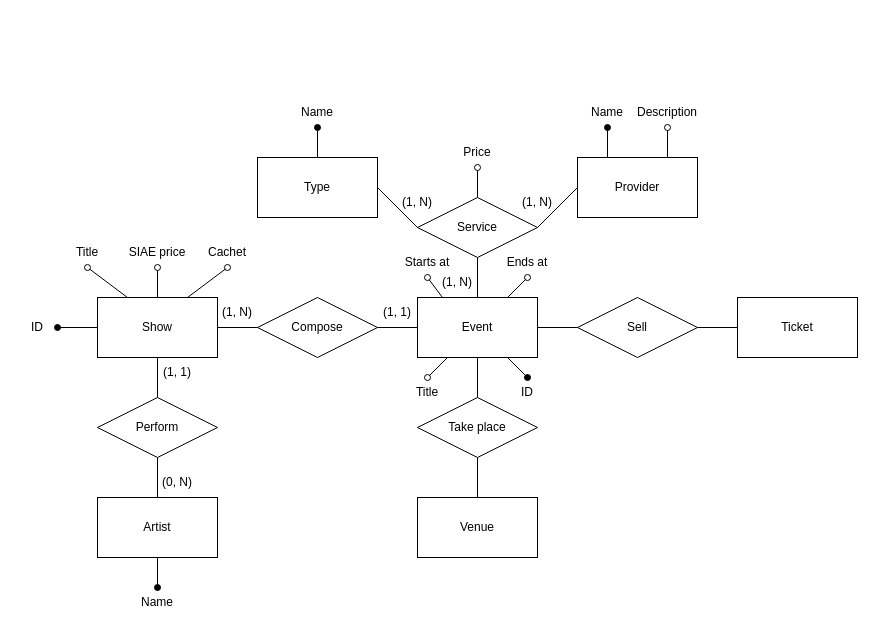
Above: ERFornitore.drawio in lucat1/unibo_90107_progetto (draw.io), before the change. Source tidied: cells renumbered, new cells numbered last; positions are measured from the earlier drawing's top-left corner, leaving out a move shared by most shapes. Both pictures are drawn from the tidied source at 100%, with x=0, y=0 at pixel (17, 97).
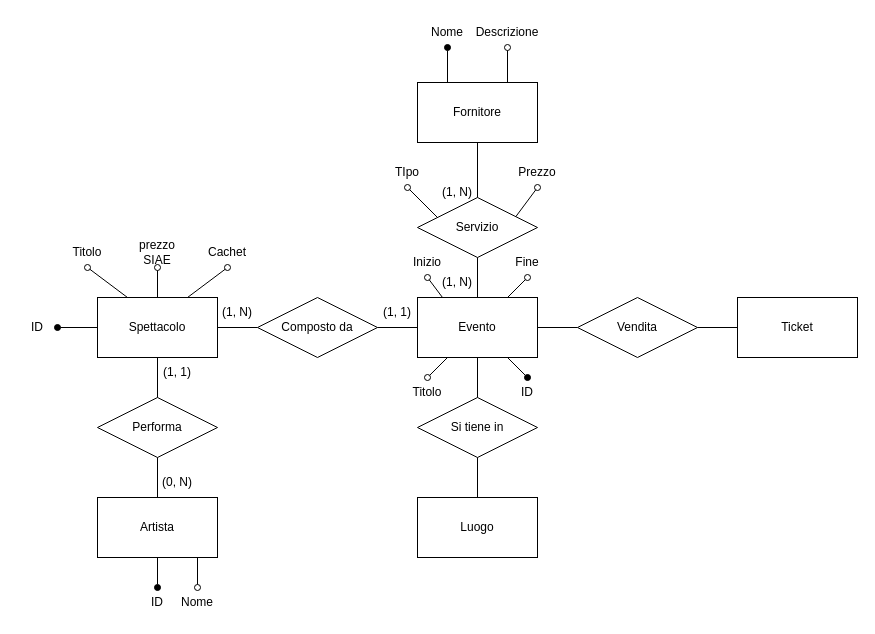
The same diagram, later.

The edit, as a diff of the source:
```diff
@@
-    <mxCell id="2" value="Event" style="rounded=0;whiteSpace=wrap;html=1;" parent="1" vertex="1">
+    <mxCell id="2" value="Evento" style="rounded=0;whiteSpace=wrap;html=1;" parent="1" vertex="1">
       <mxGeometry x="400" y="200" width="120" height="60" as="geometry" />
     </mxCell>
-    <mxCell id="3" value="&lt;div&gt;Show&lt;/div&gt;" style="rounded=0;whiteSpace=wrap;html=1;" parent="1" vertex="1">
+    <mxCell id="3" value="&lt;div&gt;Spettacolo&lt;/div&gt;" style="rounded=0;whiteSpace=wrap;html=1;" parent="1" vertex="1">
       <mxGeometry x="80" y="200" width="120" height="60" as="geometry" />
     </mxCell>
-    <mxCell id="4" value="&lt;div&gt;Artist&lt;/div&gt;" style="rounded=0;whiteSpace=wrap;html=1;" parent="1" vertex="1">
+    <mxCell id="4" value="&lt;div&gt;Artista&lt;/div&gt;" style="rounded=0;whiteSpace=wrap;html=1;" parent="1" vertex="1">
       <mxGeometry x="80" y="400" width="120" height="60" as="geometry" />
     </mxCell>
-    <mxCell id="5" value="Compose" style="rhombus;whiteSpace=wrap;html=1;" parent="1" vertex="1">
+    <mxCell id="5" value="Composto da" style="rhombus;whiteSpace=wrap;html=1;" parent="1" vertex="1">
       <mxGeometry x="240" y="200" width="120" height="60" as="geometry" />
     </mxCell>
-    <mxCell id="6" value="Perform" style="rhombus;whiteSpace=wrap;html=1;" parent="1" vertex="1">
+    <mxCell id="6" value="Performa" style="rhombus;whiteSpace=wrap;html=1;" parent="1" vertex="1">
       <mxGeometry x="80" y="300" width="120" height="60" as="geometry" />
     </mxCell>
@@
-    <mxCell id="13" value="Title" style="text;html=1;strokeColor=none;fillColor=none;align=center;verticalAlign=middle;whiteSpace=wrap;rounded=0;" parent="1" vertex="1">
+    <mxCell id="13" value="Titolo" style="text;html=1;strokeColor=none;fillColor=none;align=center;verticalAlign=middle;whiteSpace=wrap;rounded=0;" parent="1" vertex="1">
       <mxGeometry x="40" y="140" width="60" height="30" as="geometry" />
     </mxCell>
@@
-    <mxCell id="15" value="SIAE price" style="text;html=1;strokeColor=none;fillColor=none;align=center;verticalAlign=middle;whiteSpace=wrap;rounded=0;" parent="1" vertex="1">
+    <mxCell id="15" value="prezzo SIAE" style="text;html=1;strokeColor=none;fillColor=none;align=center;verticalAlign=middle;whiteSpace=wrap;rounded=0;" parent="1" vertex="1">
       <mxGeometry x="110" y="140" width="60" height="30" as="geometry" />
     </mxCell>
@@
-    <mxCell id="19" value="Name" style="text;html=1;strokeColor=none;fillColor=none;align=center;verticalAlign=middle;whiteSpace=wrap;rounded=0;" parent="1" vertex="1">
+    <mxCell id="19" value="ID" style="text;html=1;strokeColor=none;fillColor=none;align=center;verticalAlign=middle;whiteSpace=wrap;rounded=0;" parent="1" vertex="1">
       <mxGeometry x="110" y="490" width="60" height="30" as="geometry" />
     </mxCell>
@@
-    <mxCell id="23" value="Title" style="text;html=1;strokeColor=none;fillColor=none;align=center;verticalAlign=middle;whiteSpace=wrap;rounded=0;" parent="1" vertex="1">
+    <mxCell id="23" value="Titolo" style="text;html=1;strokeColor=none;fillColor=none;align=center;verticalAlign=middle;whiteSpace=wrap;rounded=0;" parent="1" vertex="1">
       <mxGeometry x="380" y="280" width="60" height="30" as="geometry" />
     </mxCell>
-    <mxCell id="24" value="&lt;div&gt;Starts at&lt;/div&gt;" style="text;html=1;strokeColor=none;fillColor=none;align=center;verticalAlign=middle;whiteSpace=wrap;rounded=0;" parent="1" vertex="1">
+    <mxCell id="24" value="&lt;div&gt;Inizio&lt;/div&gt;" style="text;html=1;strokeColor=none;fillColor=none;align=center;verticalAlign=middle;whiteSpace=wrap;rounded=0;" parent="1" vertex="1">
       <mxGeometry x="380" y="150" width="60" height="30" as="geometry" />
     </mxCell>
-    <mxCell id="25" value="Ends at" style="text;html=1;strokeColor=none;fillColor=none;align=center;verticalAlign=middle;whiteSpace=wrap;rounded=0;" parent="1" vertex="1">
+    <mxCell id="25" value="Fine" style="text;html=1;strokeColor=none;fillColor=none;align=center;verticalAlign=middle;whiteSpace=wrap;rounded=0;" parent="1" vertex="1">
       <mxGeometry x="480" y="150" width="60" height="30" as="geometry" />
     </mxCell>
@@
-    <mxCell id="29" value="Sell" style="rhombus;whiteSpace=wrap;html=1;" parent="1" vertex="1">
+    <mxCell id="29" value="Vendita" style="rhombus;whiteSpace=wrap;html=1;" parent="1" vertex="1">
       <mxGeometry x="560" y="200" width="120" height="60" as="geometry" />
     </mxCell>
@@
-    <mxCell id="34" value="Provider" style="rounded=0;whiteSpace=wrap;html=1;" parent="1" vertex="1">
-      <mxGeometry x="560" y="60" width="120" height="60" as="geometry" />
+    <mxCell id="34" value="Fornitore" style="rounded=0;whiteSpace=wrap;html=1;" parent="1" vertex="1">
+      <mxGeometry x="400" y="-15" width="120" height="60" as="geometry" />
     </mxCell>
-    <mxCell id="35" value="Service" style="rhombus;whiteSpace=wrap;html=1;" parent="1" vertex="1">
+    <mxCell id="35" value="Servizio" style="rhombus;whiteSpace=wrap;html=1;" parent="1" vertex="1">
       <mxGeometry x="400" y="100" width="120" height="60" as="geometry" />
     </mxCell>
@@
-    <mxCell id="37" style="endArrow=none;html=1;rounded=0;entryX=1;entryY=0.5;entryDx=0;entryDy=0;exitX=0;exitY=0.5;exitDx=0;exitDy=0;" parent="1" edge="1" source="34" target="35">
+    <mxCell id="37" style="endArrow=none;html=1;rounded=0;entryX=0.5;entryY=0;entryDx=0;entryDy=0;exitX=0.5;exitY=1;exitDx=0;exitDy=0;" parent="1" edge="1" source="34" target="35">
       <mxGeometry relative="1" as="geometry" />
     </mxCell>
@@
-    <mxCell id="40" value="Venue" style="rounded=0;whiteSpace=wrap;html=1;" parent="1" vertex="1">
+    <mxCell id="40" value="Luogo" style="rounded=0;whiteSpace=wrap;html=1;" parent="1" vertex="1">
       <mxGeometry x="400" y="400" width="120" height="60" as="geometry" />
     </mxCell>
-    <mxCell id="41" value="Take place" style="rhombus;whiteSpace=wrap;html=1;" parent="1" vertex="1">
+    <mxCell id="41" value="Si tiene in" style="rhombus;whiteSpace=wrap;html=1;" parent="1" vertex="1">
       <mxGeometry x="400" y="300" width="120" height="60" as="geometry" />
     </mxCell>
@@
-    <mxCell id="46" value="Type" style="rounded=0;whiteSpace=wrap;html=1;" parent="1" vertex="1">
-      <mxGeometry x="240" y="60" width="120" height="60" as="geometry" />
-    </mxCell>
-    <mxCell id="47" style="endArrow=none;html=1;rounded=0;exitX=1;exitY=0.5;exitDx=0;exitDy=0;entryX=0;entryY=0.5;entryDx=0;entryDy=0;" parent="1" edge="1" source="46" target="35">
-      <mxGeometry relative="1" as="geometry" />
-    </mxCell>
-    <mxCell id="48" value="Name" style="text;html=1;strokeColor=none;fillColor=none;align=center;verticalAlign=middle;whiteSpace=wrap;rounded=0;" parent="1" vertex="1">
-      <mxGeometry x="270" width="60" height="30" as="geometry" />
-    </mxCell>
-    <mxCell id="49" style="endArrow=oval;html=1;rounded=0;exitX=0.5;exitY=0;exitDx=0;exitDy=0;entryX=0.5;entryY=1;entryDx=0;entryDy=0;endFill=1;" parent="1" edge="1" source="46" target="48">
-      <mxGeometry relative="1" as="geometry" />
-    </mxCell>
-    <mxCell id="50" value="Description" style="text;html=1;strokeColor=none;fillColor=none;align=center;verticalAlign=middle;whiteSpace=wrap;rounded=0;" parent="1" vertex="1">
-      <mxGeometry x="620" width="60" height="30" as="geometry" />
+    <mxCell id="50" value="Descrizione" style="text;html=1;strokeColor=none;fillColor=none;align=center;verticalAlign=middle;whiteSpace=wrap;rounded=0;" parent="1" vertex="1">
+      <mxGeometry x="460" y="-80" width="60" height="30" as="geometry" />
     </mxCell>
@@
-    <mxCell id="52" value="Name" style="text;html=1;strokeColor=none;fillColor=none;align=center;verticalAlign=middle;whiteSpace=wrap;rounded=0;" parent="1" vertex="1">
-      <mxGeometry x="560" width="60" height="30" as="geometry" />
+    <mxCell id="52" value="Nome" style="text;html=1;strokeColor=none;fillColor=none;align=center;verticalAlign=middle;whiteSpace=wrap;rounded=0;" parent="1" vertex="1">
+      <mxGeometry x="400" y="-80" width="60" height="30" as="geometry" />
     </mxCell>
-    <mxCell id="53" value="Price" style="text;html=1;strokeColor=none;fillColor=none;align=center;verticalAlign=middle;whiteSpace=wrap;rounded=0;" parent="1" vertex="1">
-      <mxGeometry x="430" y="40" width="60" height="30" as="geometry" />
+    <mxCell id="53" value="Prezzo" style="text;html=1;strokeColor=none;fillColor=none;align=center;verticalAlign=middle;whiteSpace=wrap;rounded=0;" parent="1" vertex="1">
+      <mxGeometry x="490" y="60" width="60" height="30" as="geometry" />
     </mxCell>
-    <mxCell id="54" style="endArrow=oval;html=1;rounded=0;exitX=0.5;exitY=0;exitDx=0;exitDy=0;entryX=0.5;entryY=1;entryDx=0;entryDy=0;endFill=0;" parent="1" edge="1" source="35" target="53">
+    <mxCell id="54" style="endArrow=oval;html=1;rounded=0;exitX=0.819;exitY=0.32;exitDx=0;exitDy=0;entryX=0.5;entryY=1;entryDx=0;entryDy=0;endFill=0;exitPerimeter=0;" parent="1" edge="1" source="35" target="53">
       <mxGeometry relative="1" as="geometry" />
     </mxCell>
-    <mxCell id="55" value="(1, N)" style="text;html=1;strokeColor=none;fillColor=none;align=center;verticalAlign=middle;whiteSpace=wrap;rounded=0;" parent="1" vertex="1">
-      <mxGeometry x="370" y="90" width="60" height="30" as="geometry" />
-    </mxCell>
     <mxCell id="56" value="(1, N)" style="text;html=1;strokeColor=none;fillColor=none;align=center;verticalAlign=middle;whiteSpace=wrap;rounded=0;" parent="1" vertex="1">
-      <mxGeometry x="490" y="90" width="60" height="30" as="geometry" />
+      <mxGeometry x="410" y="80" width="60" height="30" as="geometry" />
     </mxCell>
@@
+    <mxCell id="58" value="TIpo" style="text;html=1;strokeColor=none;fillColor=none;align=center;verticalAlign=middle;whiteSpace=wrap;rounded=0;" parent="1" vertex="1">
+      <mxGeometry x="360" y="60" width="60" height="30" as="geometry" />
+    </mxCell>
+    <mxCell id="59" style="endArrow=oval;html=1;rounded=0;exitX=0.5;exitY=0;exitDx=0;exitDy=0;entryX=0.5;entryY=1;entryDx=0;entryDy=0;endFill=0;" parent="1" edge="1" target="58">
+      <mxGeometry relative="1" as="geometry">
+        <mxPoint x="420" y="120" as="sourcePoint" />
+      </mxGeometry>
+    </mxCell>
+    <mxCell id="60" value="Nome" style="text;html=1;strokeColor=none;fillColor=none;align=center;verticalAlign=middle;whiteSpace=wrap;rounded=0;" parent="1" vertex="1">
+      <mxGeometry x="150" y="490" width="60" height="30" as="geometry" />
+    </mxCell>
+    <mxCell id="61" style="endArrow=oval;html=1;rounded=0;exitX=0.5;exitY=1;exitDx=0;exitDy=0;entryX=0.5;entryY=0;entryDx=0;entryDy=0;endFill=0;" parent="1" edge="1" target="60">
+      <mxGeometry relative="1" as="geometry">
+        <mxPoint x="180" y="460" as="sourcePoint" />
+      </mxGeometry>
+    </mxCell>
```
